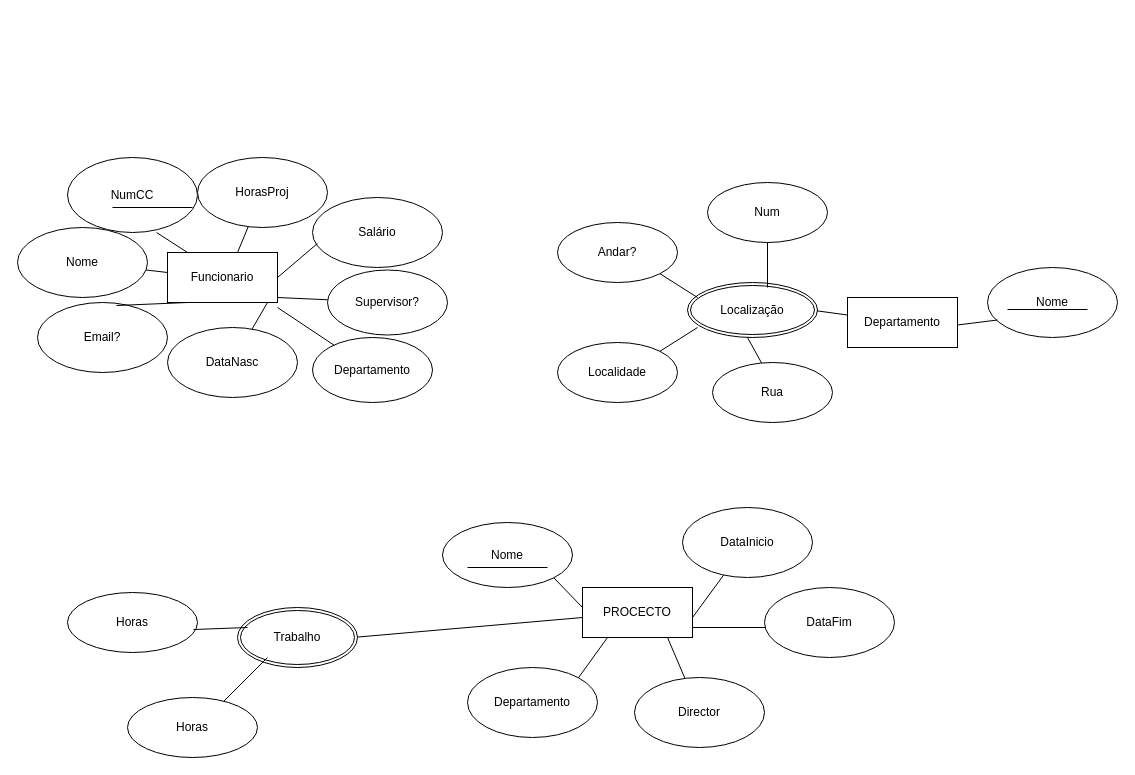
The draw.io diagram BD empresa.drawio in RubenA2109/diagramas, before the edit. Source tidied: cells renumbered, new cells numbered last; positions are measured from the earlier drawing's top-left corner, leaving out a move shared by most shapes. Both pictures are drawn from the tidied source at 100%, with x=0, y=0 at pixel (17, 157).
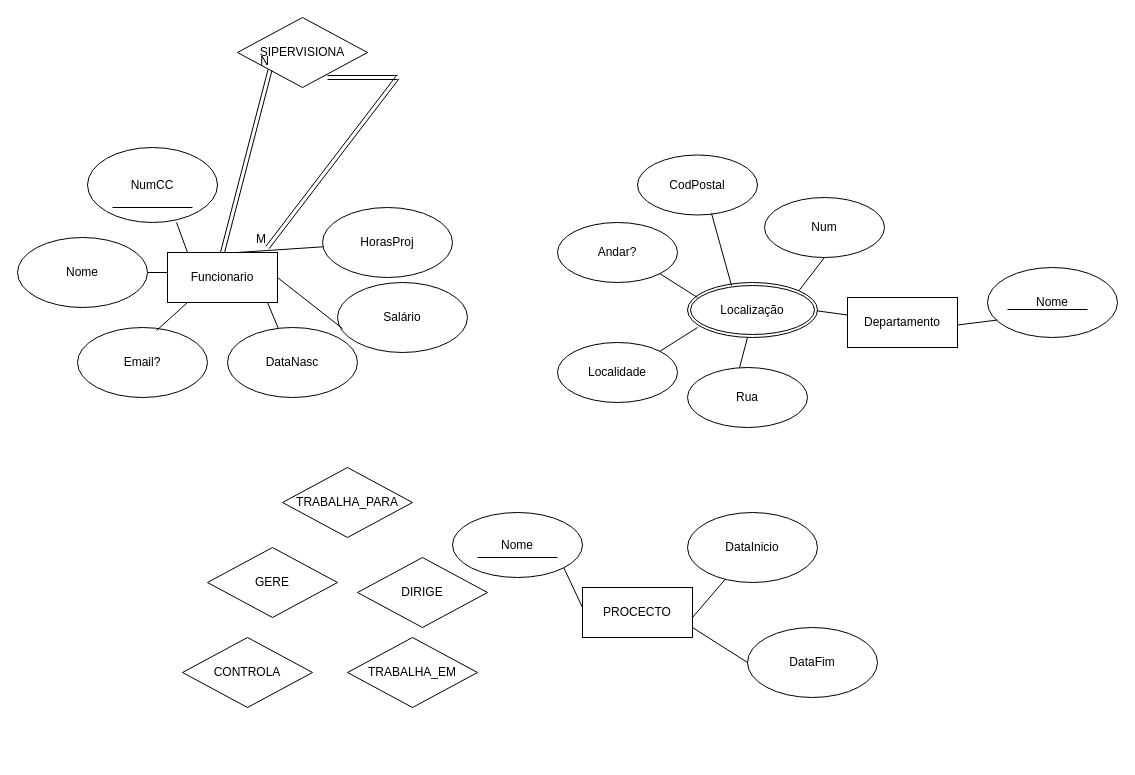
The same diagram, later.

The change refers to these unchanged cells:
```xml
<mxCell id="2" value="Funcionario" style="whiteSpace=wrap;html=1;align=center;" parent="1" vertex="1">
  <mxGeometry x="150" y="95" width="110" height="50" as="geometry" />
</mxCell>
<mxCell id="20" value="Localização" style="ellipse;shape=doubleEllipse;margin=3;whiteSpace=wrap;html=1;align=center;" parent="1" vertex="1">
  <mxGeometry x="670" y="125" width="130" height="55" as="geometry" />
</mxCell>
```

What changed in the source:
```diff
@@
     <mxCell id="5" value="DataNasc" style="ellipse;whiteSpace=wrap;html=1;" parent="1" vertex="1">
-      <mxGeometry x="150" y="170" width="130" height="70" as="geometry" />
+      <mxGeometry x="210" y="170" width="130" height="70" as="geometry" />
     </mxCell>
     <mxCell id="6" value="Nome" style="ellipse;whiteSpace=wrap;html=1;" parent="1" vertex="1">
-      <mxGeometry y="70" width="130" height="70" as="geometry" />
+      <mxGeometry y="80" width="130" height="70" as="geometry" />
     </mxCell>
     <mxCell id="7" value="NumCC" style="ellipse;whiteSpace=wrap;html=1;" parent="1" vertex="1">
-      <mxGeometry x="50" width="130" height="75" as="geometry" />
+      <mxGeometry x="70" y="-10" width="130" height="75" as="geometry" />
     </mxCell>
     <mxCell id="8" value="HorasProj" style="ellipse;whiteSpace=wrap;html=1;" parent="1" vertex="1">
-      <mxGeometry x="180" width="130" height="70" as="geometry" />
+      <mxGeometry x="305" y="50" width="130" height="70" as="geometry" />
     </mxCell>
     <mxCell id="9" value="Salário" style="ellipse;whiteSpace=wrap;html=1;" parent="1" vertex="1">
-      <mxGeometry x="295" y="40" width="130" height="70" as="geometry" />
+      <mxGeometry x="320" y="125" width="130" height="70" as="geometry" />
     </mxCell>
     <mxCell id="10" value="Email?" style="ellipse;whiteSpace=wrap;html=1;" parent="1" vertex="1">
-      <mxGeometry x="20" y="145" width="130" height="70" as="geometry" />
+      <mxGeometry x="60" y="170" width="130" height="70" as="geometry" />
     </mxCell>
@@
     <mxCell id="21" value="DataInicio" style="ellipse;whiteSpace=wrap;html=1;" parent="1" vertex="1">
-      <mxGeometry x="665" y="350" width="130" height="70" as="geometry" />
+      <mxGeometry x="670" y="355" width="130" height="70" as="geometry" />
     </mxCell>
     <mxCell id="22" value="Nome" style="ellipse;whiteSpace=wrap;html=1;" parent="1" vertex="1">
-      <mxGeometry x="425" y="365" width="130" height="65" as="geometry" />
+      <mxGeometry x="435" y="355" width="130" height="65" as="geometry" />
     </mxCell>
@@
-    <mxCell id="26" style="endArrow=none;html=1;rounded=0;" parent="1" edge="1" target="27">
-      <mxGeometry relative="1" as="geometry">
-        <mxPoint x="260" y="140" as="sourcePoint" />
-      </mxGeometry>
-    </mxCell>
-    <mxCell id="27" value="Supervisor?" style="ellipse;whiteSpace=wrap;html=1;" parent="1" vertex="1">
-      <mxGeometry x="310" y="112.5" width="120" height="65" as="geometry" />
-    </mxCell>
-    <mxCell id="28" style="endArrow=none;html=1;rounded=0;" parent="1" edge="1">
-      <mxGeometry relative="1" as="geometry">
-        <mxPoint x="260" y="150" as="sourcePoint" />
-        <mxPoint x="320" y="190" as="targetPoint" />
-      </mxGeometry>
-    </mxCell>
-    <mxCell id="29" value="Departamento" style="ellipse;whiteSpace=wrap;html=1;" parent="1" vertex="1">
-      <mxGeometry x="295" y="180" width="120" height="65" as="geometry" />
-    </mxCell>
-    <mxCell id="30" style="endArrow=none;html=1;rounded=0;" parent="1" edge="1">
-      <mxGeometry relative="1" as="geometry">
-        <mxPoint x="750" y="130" as="sourcePoint" />
-        <mxPoint x="750" y="80" as="targetPoint" />
-      </mxGeometry>
+    <mxCell id="30" style="endArrow=none;html=1;rounded=0;entryX=0.5;entryY=1;entryDx=0;entryDy=0;exitX=1;exitY=0;exitDx=0;exitDy=0;" parent="1" edge="1" source="20" target="32">
+      <mxGeometry relative="1" as="geometry" />
     </mxCell>
@@
     <mxCell id="32" value="Num" style="ellipse;whiteSpace=wrap;html=1;" parent="1" vertex="1">
-      <mxGeometry x="690" y="25" width="120" height="60" as="geometry" />
+      <mxGeometry x="747" y="40" width="120" height="60" as="geometry" />
     </mxCell>
     <mxCell id="33" value="Rua" style="ellipse;whiteSpace=wrap;html=1;" parent="1" vertex="1">
-      <mxGeometry x="695" y="205" width="120" height="60" as="geometry" />
+      <mxGeometry x="670" y="210" width="120" height="60" as="geometry" />
     </mxCell>
@@
     <mxCell id="39" style="endArrow=none;html=1;rounded=0;" parent="1" edge="1">
       <mxGeometry relative="1" as="geometry">
-        <mxPoint x="530" y="410" as="sourcePoint" />
-        <mxPoint x="450" y="410" as="targetPoint" />
+        <mxPoint x="540" y="400" as="sourcePoint" />
+        <mxPoint x="460" y="400" as="targetPoint" />
       </mxGeometry>
     </mxCell>
-    <mxCell id="40" style="endArrow=none;html=1;rounded=0;" parent="1" edge="1">
+    <mxCell id="40" style="endArrow=none;html=1;rounded=0;exitX=0;exitY=0.5;exitDx=0;exitDy=0;" parent="1" edge="1" source="41">
       <mxGeometry relative="1" as="geometry">
-        <mxPoint x="755" y="470" as="sourcePoint" />
         <mxPoint x="675" y="470" as="targetPoint" />
       </mxGeometry>
     </mxCell>
     <mxCell id="41" value="DataFim" style="ellipse;whiteSpace=wrap;html=1;" parent="1" vertex="1">
-      <mxGeometry x="747" y="430" width="130" height="70" as="geometry" />
+      <mxGeometry x="730" y="470" width="130" height="70" as="geometry" />
     </mxCell>
-    <mxCell id="42" value="Director" style="ellipse;whiteSpace=wrap;html=1;" parent="1" vertex="1">
-      <mxGeometry x="617" y="520" width="130" height="70" as="geometry" />
-    </mxCell>
-    <mxCell id="43" value="Departamento" style="ellipse;whiteSpace=wrap;html=1;" parent="1" vertex="1">
-      <mxGeometry x="450" y="510" width="130" height="70" as="geometry" />
-    </mxCell>
-    <mxCell id="44" style="endArrow=none;html=1;rounded=0;exitX=1;exitY=0;exitDx=0;exitDy=0;" parent="1" edge="1" source="43">
-      <mxGeometry relative="1" as="geometry">
-        <mxPoint x="590" y="480" as="targetPoint" />
-      </mxGeometry>
-    </mxCell>
-    <mxCell id="45" style="endArrow=none;html=1;rounded=0;" parent="1" edge="1" source="42">
-      <mxGeometry relative="1" as="geometry">
-        <mxPoint x="650" y="480" as="targetPoint" />
-      </mxGeometry>
-    </mxCell>
-    <mxCell id="46" style="endArrow=none;html=1;rounded=0;" parent="1" edge="1">
-      <mxGeometry relative="1" as="geometry">
-        <mxPoint x="335" y="480" as="sourcePoint" />
-        <mxPoint x="565" y="460" as="targetPoint" />
-      </mxGeometry>
-    </mxCell>
-    <mxCell id="47" value="Trabalho" style="ellipse;shape=doubleEllipse;margin=3;whiteSpace=wrap;html=1;align=center;" parent="1" vertex="1">
-      <mxGeometry x="220" y="450" width="120" height="60" as="geometry" />
-    </mxCell>
-    <mxCell id="48" style="endArrow=none;html=1;rounded=0;" parent="1" edge="1">
-      <mxGeometry relative="1" as="geometry">
-        <mxPoint x="200" y="550" as="sourcePoint" />
-        <mxPoint x="250" y="500" as="targetPoint" />
-      </mxGeometry>
-    </mxCell>
-    <mxCell id="49" value="Horas" style="ellipse;whiteSpace=wrap;html=1;" parent="1" vertex="1">
-      <mxGeometry x="110" y="540" width="130" height="60" as="geometry" />
-    </mxCell>
-    <mxCell id="50" value="Horas" style="ellipse;whiteSpace=wrap;html=1;" parent="1" vertex="1">
-      <mxGeometry x="50" y="435" width="130" height="60" as="geometry" />
-    </mxCell>
-    <mxCell id="51" style="endArrow=none;html=1;rounded=0;exitX=0.969;exitY=0.617;exitDx=0;exitDy=0;exitPerimeter=0;" parent="1" edge="1" source="50">
-      <mxGeometry relative="1" as="geometry">
-        <mxPoint x="230" y="470" as="targetPoint" />
-      </mxGeometry>
-    </mxCell>
+    <mxCell id="52" value="CodPostal" style="ellipse;whiteSpace=wrap;html=1;" parent="1" vertex="1">
+      <mxGeometry x="620" y="-2.5" width="120" height="60" as="geometry" />
+    </mxCell>
+    <mxCell id="53" style="endArrow=none;html=1;rounded=0;entryX=0.617;entryY=0.975;entryDx=0;entryDy=0;exitX=1;exitY=0;exitDx=0;exitDy=0;entryPerimeter=0;" parent="1" edge="1" target="52">
+      <mxGeometry relative="1" as="geometry">
+        <mxPoint x="714" y="128" as="sourcePoint" />
+      </mxGeometry>
+    </mxCell>
+    <mxCell id="54" value="SIPERVISIONA" style="shape=rhombus;perimeter=rhombusPerimeter;whiteSpace=wrap;html=1;align=center;" parent="1" vertex="1">
+      <mxGeometry x="220" y="-140" width="130" height="70" as="geometry" />
+    </mxCell>
+    <mxCell id="55" value="TRABALHA_PARA" style="shape=rhombus;perimeter=rhombusPerimeter;whiteSpace=wrap;html=1;align=center;" parent="1" vertex="1">
+      <mxGeometry x="265" y="310" width="130" height="70" as="geometry" />
+    </mxCell>
+    <mxCell id="56" value="GERE" style="shape=rhombus;perimeter=rhombusPerimeter;whiteSpace=wrap;html=1;align=center;" parent="1" vertex="1">
+      <mxGeometry x="190" y="390" width="130" height="70" as="geometry" />
+    </mxCell>
+    <mxCell id="57" value="CONTROLA" style="shape=rhombus;perimeter=rhombusPerimeter;whiteSpace=wrap;html=1;align=center;" parent="1" vertex="1">
+      <mxGeometry x="165" y="480" width="130" height="70" as="geometry" />
+    </mxCell>
+    <mxCell id="58" value="DIRIGE" style="shape=rhombus;perimeter=rhombusPerimeter;whiteSpace=wrap;html=1;align=center;" parent="1" vertex="1">
+      <mxGeometry x="340" y="400" width="130" height="70" as="geometry" />
+    </mxCell>
+    <mxCell id="59" value="TRABALHA_EM" style="shape=rhombus;perimeter=rhombusPerimeter;whiteSpace=wrap;html=1;align=center;" parent="1" vertex="1">
+      <mxGeometry x="330" y="480" width="130" height="70" as="geometry" />
+    </mxCell>
+    <mxCell id="60" style="shape=link;html=1;rounded=0;entryX=0;entryY=1;entryDx=0;entryDy=0;exitX=0.5;exitY=0;exitDx=0;exitDy=0;" parent="1" edge="1" source="2" target="54">
+      <mxGeometry relative="1" as="geometry" />
+    </mxCell>
+    <mxCell id="61" value="N" style="html=1;whiteSpace=wrap;align=right;verticalAlign=bottom;" parent="60" vertex="1">
+      <mxGeometry x="1" relative="1" as="geometry" />
+    </mxCell>
+    <mxCell id="62" style="shape=link;html=1;rounded=0;" parent="1" edge="1">
+      <mxGeometry relative="1" as="geometry">
+        <mxPoint x="310" y="-80" as="sourcePoint" />
+        <mxPoint x="380" y="-80" as="targetPoint" />
+      </mxGeometry>
+    </mxCell>
+    <mxCell id="63" style="html=1;whiteSpace=wrap;align=right;verticalAlign=bottom;" parent="62" vertex="1">
+      <mxGeometry x="1" relative="1" as="geometry" />
+    </mxCell>
+    <mxCell id="64" style="shape=link;html=1;rounded=0;" parent="1" edge="1">
+      <mxGeometry relative="1" as="geometry">
+        <mxPoint x="380" y="-80" as="sourcePoint" />
+        <mxPoint x="250" y="90" as="targetPoint" />
+      </mxGeometry>
+    </mxCell>
+    <mxCell id="65" value="M" style="html=1;whiteSpace=wrap;align=right;verticalAlign=bottom;" parent="64" vertex="1">
+      <mxGeometry x="1" relative="1" as="geometry" />
+    </mxCell>
```
